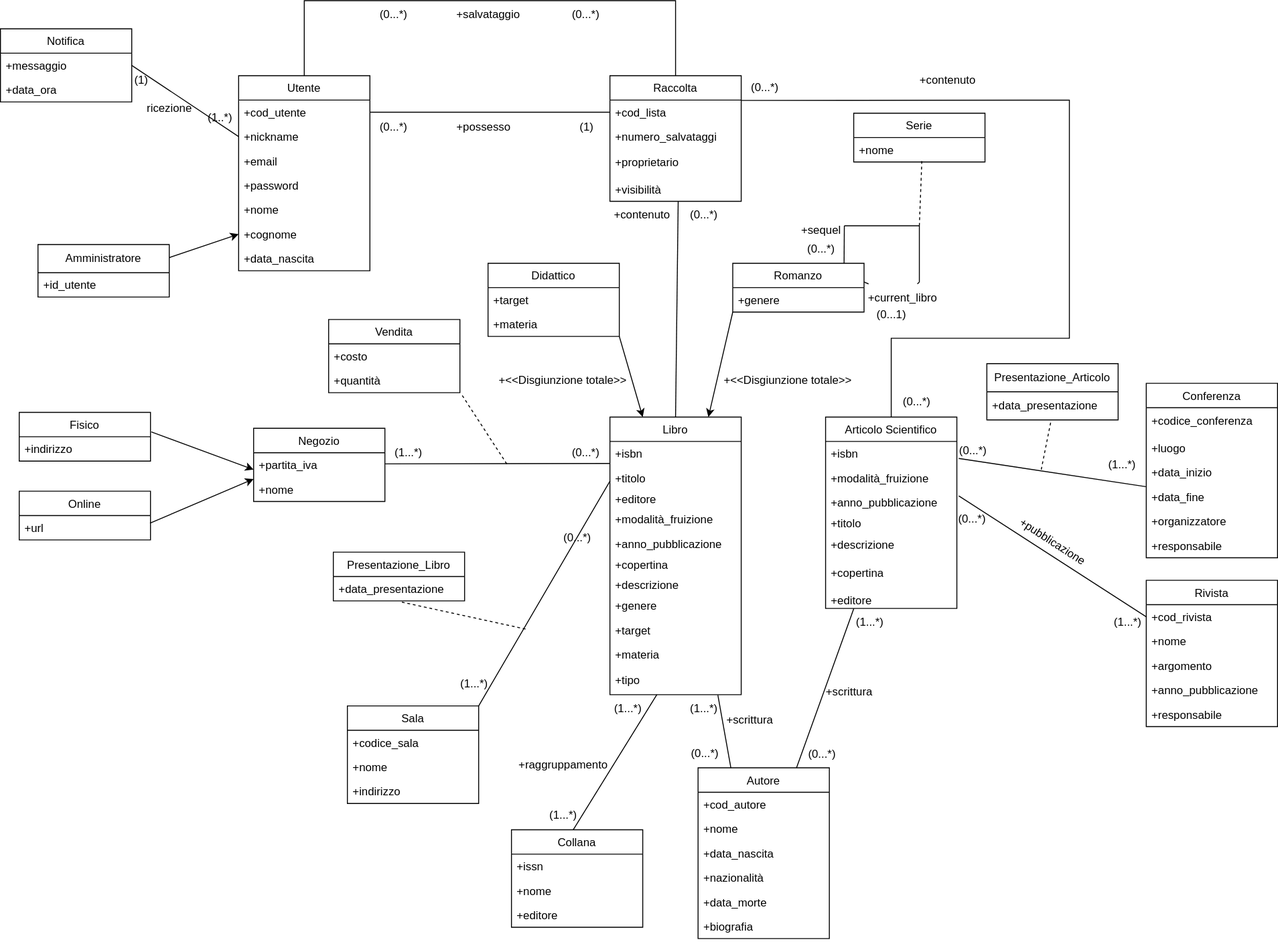
Above: progettazione_concettuale/Modello_Concettuale.drawio.svg in m3tt0/Progetto_OB_BASI (draw.io), before the change. Source tidied: cells renumbered, new cells last; positions are measured from the earlier drawing's top-left corner, leaving out a move shared by most shapes.
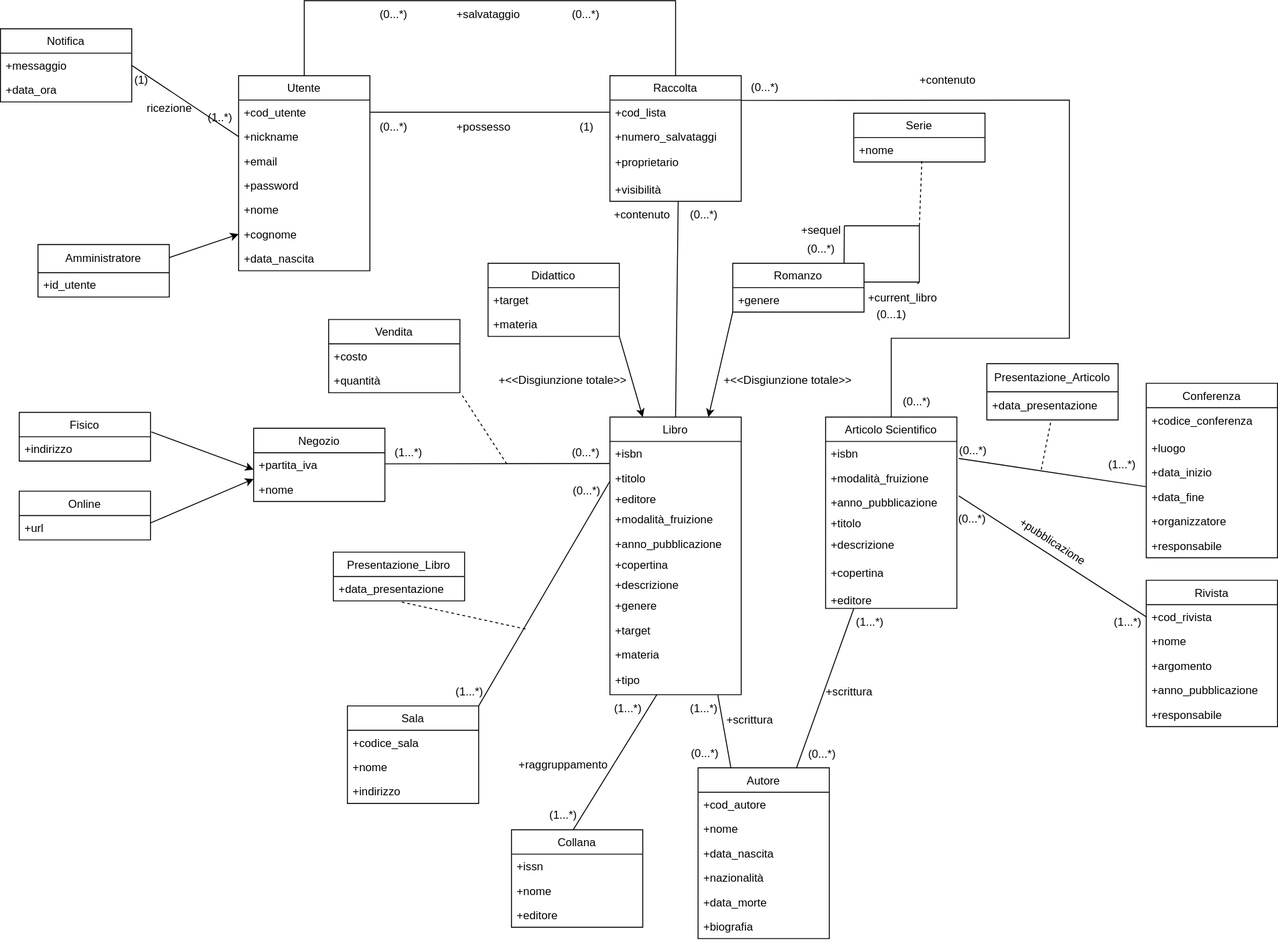
After the change.

The edit, as a diff of the source:
```diff
@@ -289,10 +289,10 @@
       <mxGeometry y="78" width="140" height="26" as="geometry" />
     </mxCell>
     <mxCell id="94" value="(1...*)" style="text;html=1;align=center;verticalAlign=middle;strokeColor=none;fillColor=none;" parent="1" vertex="1">
-      <mxGeometry x="480" y="714" width="50" height="30" as="geometry" />
+      <mxGeometry x="475" y="722" width="50" height="30" as="geometry" />
     </mxCell>
     <mxCell id="95" value="(0...*)" style="text;html=1;align=center;verticalAlign=middle;strokeColor=none;fillColor=none;" parent="1" vertex="1">
-      <mxGeometry x="590" y="558" width="50" height="30" as="geometry" />
+      <mxGeometry x="600" y="508" width="50" height="30" as="geometry" />
     </mxCell>
     <mxCell id="96" value="Presentazione_Libro" style="swimlane;fontStyle=0;horizontal=1;startSize=26;fillColor=none;" parent="1" vertex="1">
       <mxGeometry x="355" y="588" width="140" height="52" as="geometry" />
@@ -495,9 +495,10 @@
         <mxPoint x="1120" y="450" as="targetPoint" />
       </mxGeometry>
     </mxCell>
-    <mxCell id="152" style="endArrow=none;html=1;rounded=0;" parent="1" edge="1" target="153">
+    <mxCell id="152" style="endArrow=none;html=1;rounded=0;" parent="1" edge="1">
       <mxGeometry relative="1" as="geometry">
         <mxPoint x="921" y="300" as="sourcePoint" />
+        <mxPoint x="980" y="300" as="targetPoint" />
       </mxGeometry>
     </mxCell>
     <mxCell id="153" value="+current_libro" style="text;html=1;align=center;verticalAlign=middle;points=[];strokeColor=none;fillColor=none;" parent="1" vertex="1">
```
